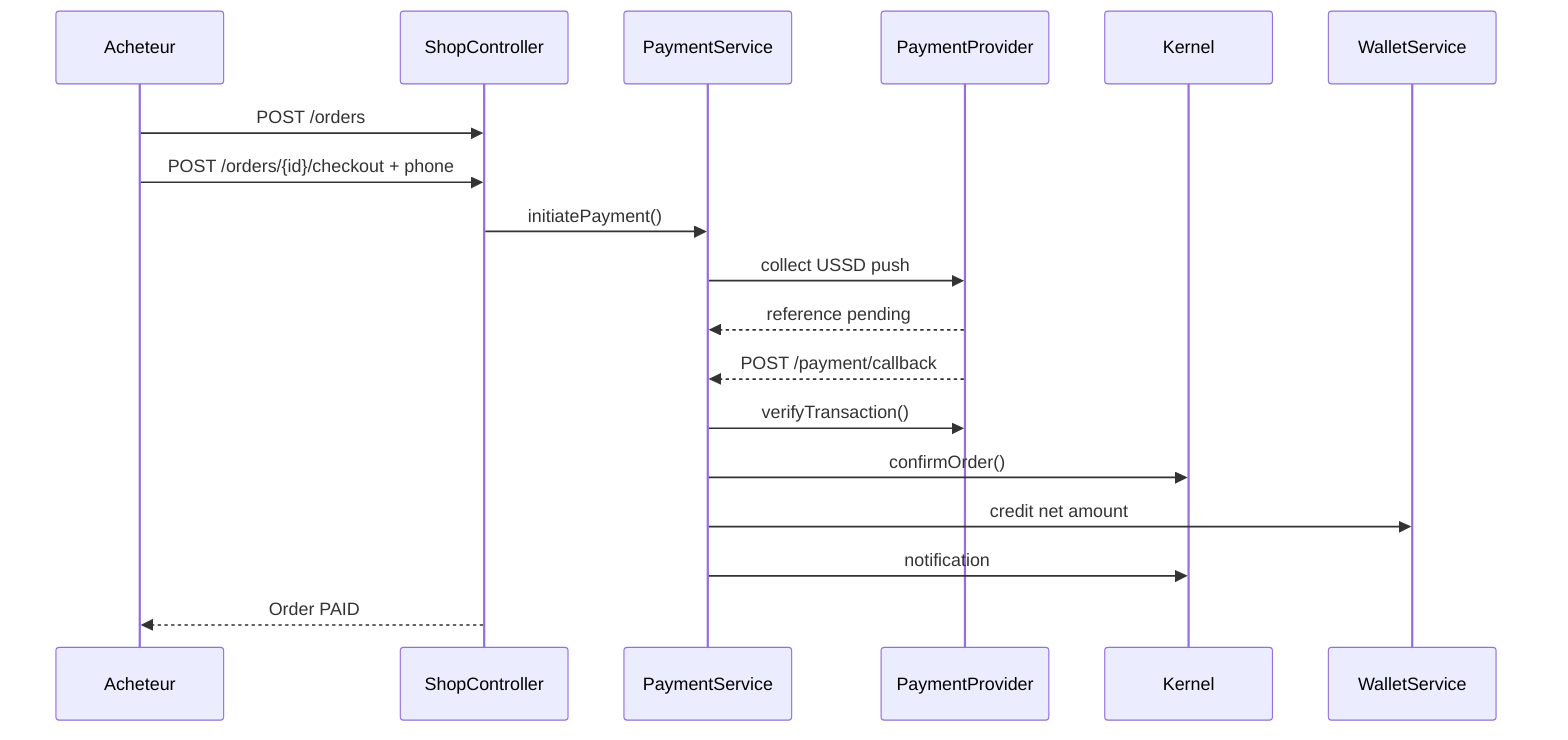
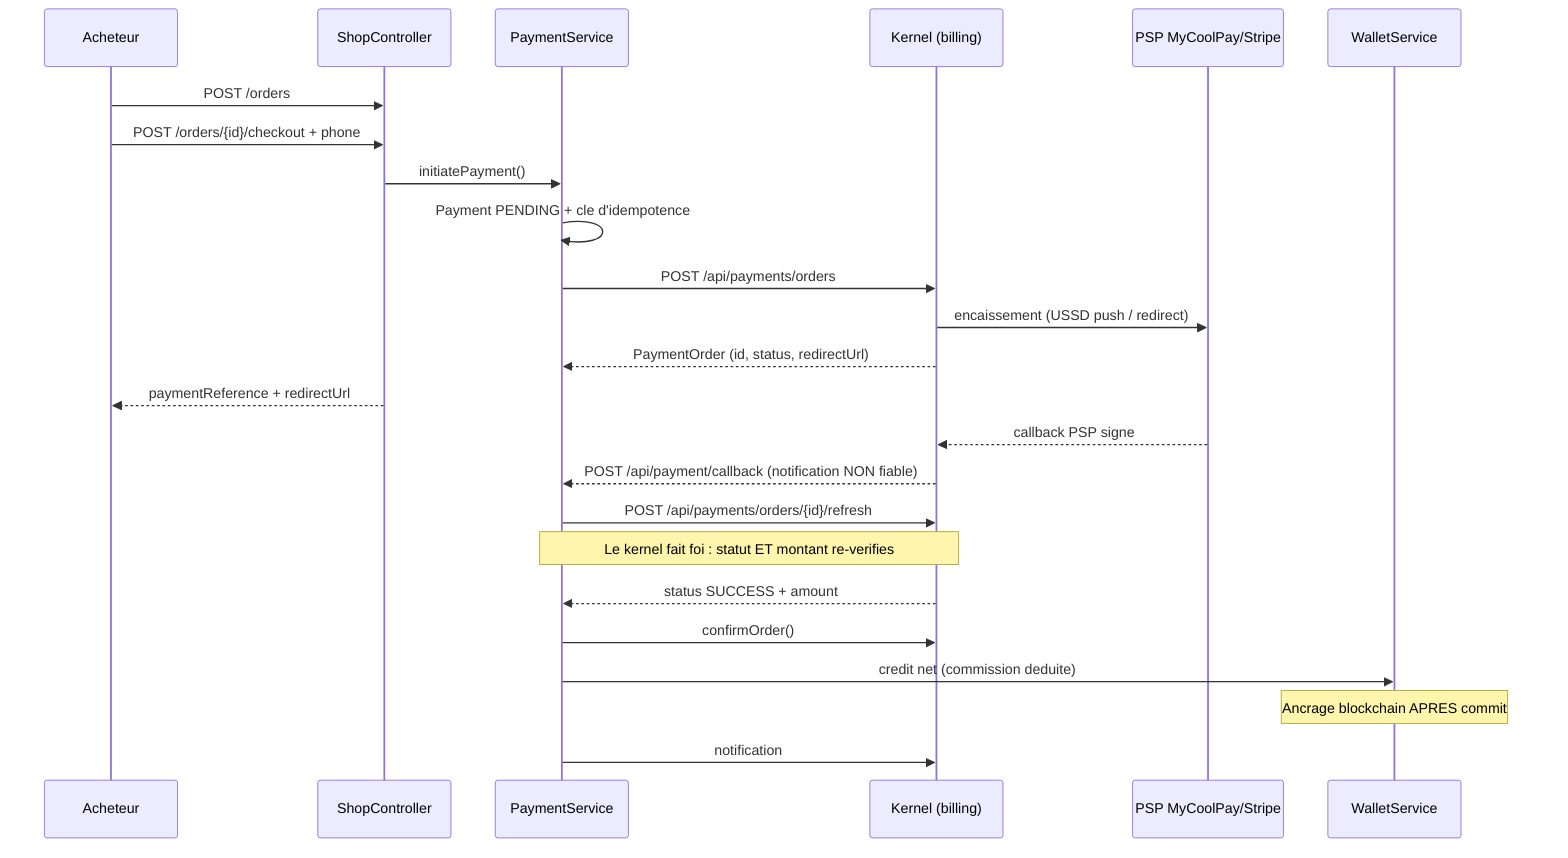
sequenceDiagram
    participant B as Acheteur
    participant SC as ShopController
    participant PS as PaymentService
-     participant CP as PaymentProvider
-     participant K as Kernel
+     participant K as Kernel (billing)
+     participant PSP as PSP MyCoolPay/Stripe
    participant W as WalletService

    B->>SC: POST /orders
    B->>SC: POST /orders/{id}/checkout + phone
    SC->>PS: initiatePayment()
-     PS->>CP: collect USSD push
-     CP-->>PS: reference pending
-     CP-->>PS: POST /payment/callback
-     PS->>CP: verifyTransaction()
+     PS->>PS: Payment PENDING + cle d'idempotence
+     PS->>K: POST /api/payments/orders
+     K->>PSP: encaissement (USSD push / redirect)
+     K-->>PS: PaymentOrder (id, status, redirectUrl)
+     SC-->>B: paymentReference + redirectUrl
+ 
+     PSP-->>K: callback PSP signe
+     K-->>PS: POST /api/payment/callback (notification NON fiable)
+     PS->>K: POST /api/payments/orders/{id}/refresh
+     Note over PS,K: Le kernel fait foi : statut ET montant re-verifies
+     K-->>PS: status SUCCESS + amount
    PS->>K: confirmOrder()
-     PS->>W: credit net amount
+     PS->>W: credit net (commission deduite)
+     Note over W: Ancrage blockchain APRES commit
    PS->>K: notification
-     SC-->>B: Order PAID
